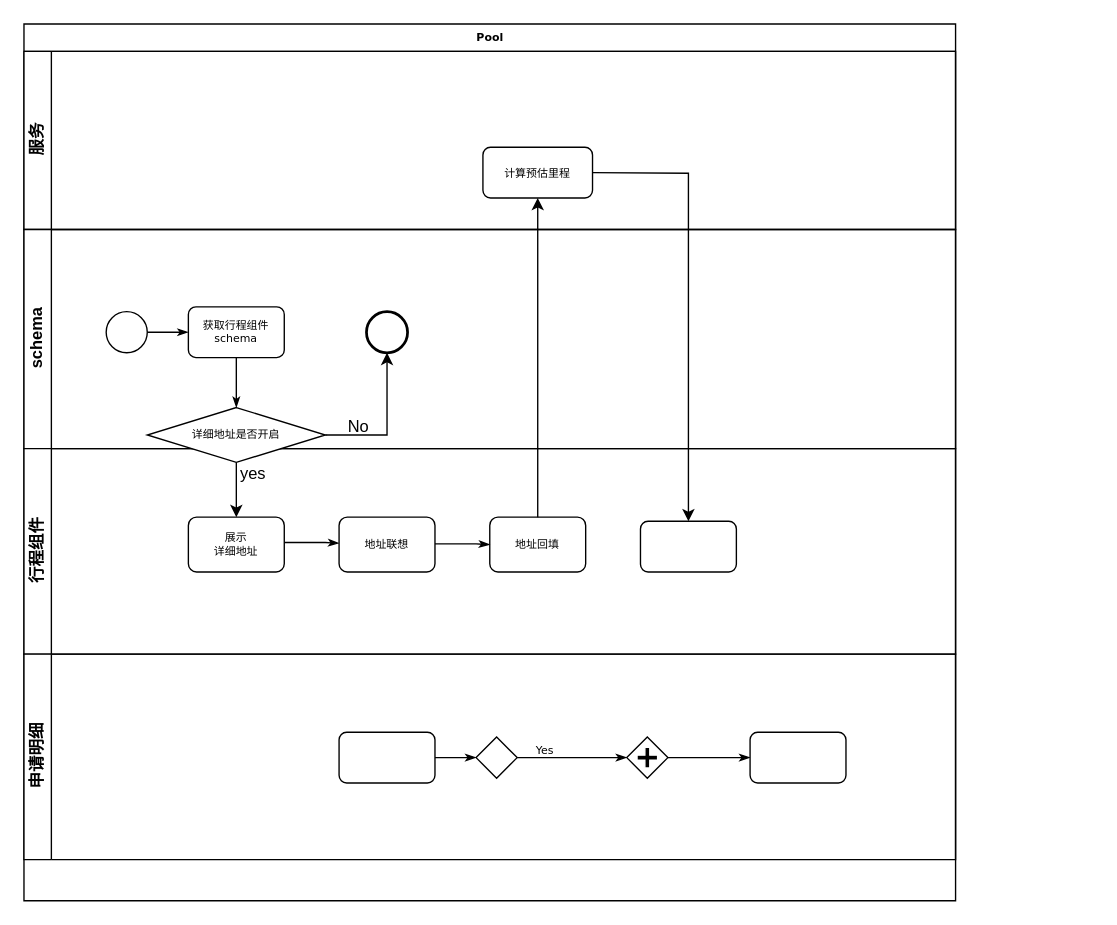
The draw.io diagram page "Page-1" (1 of 2) of c/未命名绘图.drawio in littlelady2015/yctea, before the edit. Source tidied: cells renumbered, new cells numbered last; positions are measured from the earlier drawing's top-left corner, leaving out a move shared by most shapes. Both pictures are drawn from the tidied source at 137%, with x=0, y=0 at pixel (23, 23).
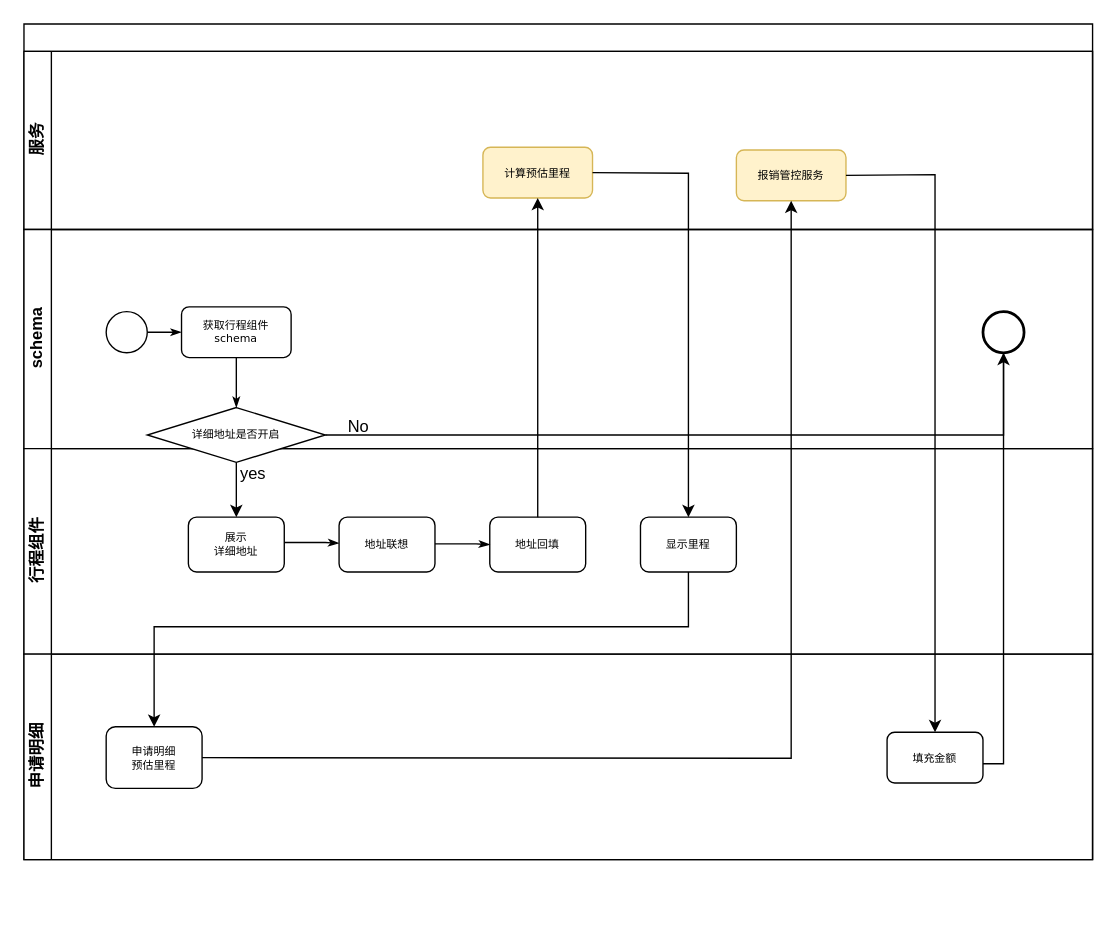
After the change.

Change to the diagram source:
```diff
@@
-    <mxCell id="2" value="Pool" style="swimlane;html=1;horizontal=1;startSize=20;rounded=0;shadow=0;labelBackgroundColor=none;strokeWidth=1;fontFamily=Verdana;fontSize=8;align=center;" parent="1" vertex="1">
-      <mxGeometry width="680" height="640" as="geometry" />
+    <mxCell id="2" style="swimlane;html=1;horizontal=1;startSize=20;rounded=0;shadow=0;labelBackgroundColor=none;strokeWidth=1;fontFamily=Verdana;fontSize=8;align=center;" parent="1" vertex="1">
+      <mxGeometry width="780" height="610" as="geometry" />
     </mxCell>
     <mxCell id="3" value="服务" style="swimlane;html=1;startSize=20;horizontal=0;" parent="2" vertex="1">
-      <mxGeometry y="20" width="680" height="130" as="geometry" />
+      <mxGeometry y="20" width="780" height="130" as="geometry" />
     </mxCell>
-    <mxCell id="4" value="计算预估里程" style="rounded=1;whiteSpace=wrap;html=1;shadow=0;labelBackgroundColor=none;strokeWidth=1;fontFamily=Verdana;fontSize=8;align=center;" parent="3" vertex="1">
+    <mxCell id="4" value="计算预估里程" style="rounded=1;whiteSpace=wrap;html=1;shadow=0;labelBackgroundColor=none;strokeWidth=1;fontFamily=Verdana;fontSize=8;align=center;fillColor=#fff2cc;strokeColor=#d6b656;" parent="3" vertex="1">
       <mxGeometry x="335" y="70" width="80" height="37" as="geometry" />
     </mxCell>
+    <mxCell id="33" value="报销管控服务" style="rounded=1;whiteSpace=wrap;html=1;shadow=0;labelBackgroundColor=none;strokeWidth=1;fontFamily=Verdana;fontSize=8;align=center;fillColor=#fff2cc;strokeColor=#d6b656;" parent="3" vertex="1">
+      <mxGeometry x="520" y="72" width="80" height="37" as="geometry" />
+    </mxCell>
     <mxCell id="5" value="schema" style="swimlane;html=1;startSize=20;horizontal=0;" parent="2" vertex="1">
-      <mxGeometry y="150" width="680" height="160" as="geometry" />
+      <mxGeometry y="150" width="780" height="160" as="geometry" />
     </mxCell>
@@
     <mxCell id="8" value="获取行程组件schema" style="rounded=1;whiteSpace=wrap;html=1;shadow=0;labelBackgroundColor=none;strokeWidth=1;fontFamily=Verdana;fontSize=8;align=center;" parent="5" vertex="1">
-      <mxGeometry x="120" y="56.5" width="70" height="37" as="geometry" />
+      <mxGeometry x="115" y="56.5" width="80" height="37" as="geometry" />
     </mxCell>
     <mxCell id="9" style="ellipse;whiteSpace=wrap;html=1;rounded=0;shadow=0;labelBackgroundColor=none;strokeWidth=2;fontFamily=Verdana;fontSize=8;align=center;" parent="5" vertex="1">
-      <mxGeometry x="250" y="60" width="30" height="30" as="geometry" />
+      <mxGeometry x="700" y="60" width="30" height="30" as="geometry" />
     </mxCell>
     <mxCell id="10" style="endArrow=classic;html=1;rounded=0;exitX=1;exitY=0.5;exitDx=0;exitDy=0;entryX=0.5;entryY=1;entryDx=0;entryDy=0;" parent="5" edge="1" target="9">
       <mxGeometry relative="1" as="geometry">
         <mxPoint x="220" y="150" as="sourcePoint" />
         <Array as="points">
           <mxPoint x="265" y="150" />
+          <mxPoint x="715" y="150" />
         </Array>
       </mxGeometry>
     </mxCell>
@@
     <mxCell id="12" value="行程组件" style="swimlane;html=1;startSize=20;horizontal=0;" parent="2" vertex="1">
-      <mxGeometry y="310" width="680" height="150" as="geometry" />
+      <mxGeometry y="310" width="780" height="150" as="geometry" />
     </mxCell>
@@
-    <mxCell id="21" value="&lt;div style=&quot;text-align: start;&quot;&gt;&lt;span style=&quot;background-color: initial; font-size: 0px;&quot;&gt;&lt;font face=&quot;monospace&quot; color=&quot;rgba(0, 0, 0, 0)&quot;&gt;显示&lt;/font&gt;&lt;/span&gt;&lt;/div&gt;" style="rounded=1;whiteSpace=wrap;html=1;shadow=0;labelBackgroundColor=none;strokeWidth=1;fontFamily=Verdana;fontSize=8;align=center;" parent="12" vertex="1">
-      <mxGeometry x="450" y="53" width="70" height="37" as="geometry" />
-    </mxCell>
+    <mxCell id="34" value="显示里程" style="rounded=1;whiteSpace=wrap;html=1;shadow=0;labelBackgroundColor=none;strokeWidth=1;fontFamily=Verdana;fontSize=8;align=center;" parent="12" vertex="1">
+      <mxGeometry x="450" y="50" width="70" height="40" as="geometry" />
+    </mxCell>
     <mxCell id="22" value="申请明细" style="swimlane;html=1;startSize=20;horizontal=0;" parent="2" vertex="1">
-      <mxGeometry y="460" width="680" height="150" as="geometry" />
+      <mxGeometry y="460" width="780" height="150" as="geometry" />
     </mxCell>
-    <mxCell id="23" style="edgeStyle=orthogonalEdgeStyle;rounded=0;html=1;labelBackgroundColor=none;startArrow=none;startFill=0;startSize=5;endArrow=classicThin;endFill=1;endSize=5;jettySize=auto;strokeWidth=1;fontFamily=Verdana;fontSize=8;" parent="22" edge="1" source="24" target="26">
-      <mxGeometry relative="1" as="geometry" />
-    </mxCell>
-    <mxCell id="24" style="rounded=1;whiteSpace=wrap;html=1;shadow=0;labelBackgroundColor=none;strokeWidth=1;fontFamily=Verdana;fontSize=8;align=center;" parent="22" vertex="1">
-      <mxGeometry x="230" y="57" width="70" height="37" as="geometry" />
-    </mxCell>
-    <mxCell id="25" value="Yes" style="edgeStyle=orthogonalEdgeStyle;rounded=0;html=1;entryX=0;entryY=0.5;labelBackgroundColor=none;startArrow=none;startFill=0;startSize=5;endArrow=classicThin;endFill=1;endSize=5;jettySize=auto;strokeWidth=1;fontFamily=Verdana;fontSize=8;" parent="22" edge="1" source="26" target="28">
-      <mxGeometry x="-0.5" y="6" relative="1" as="geometry" />
-    </mxCell>
-    <mxCell id="26" style="strokeWidth=1;html=1;shape=mxgraph.flowchart.decision;whiteSpace=wrap;rounded=1;shadow=0;labelBackgroundColor=none;fontFamily=Verdana;fontSize=8;align=center;" parent="22" vertex="1">
-      <mxGeometry x="330" y="60.5" width="30" height="30" as="geometry" />
-    </mxCell>
-    <mxCell id="27" style="edgeStyle=orthogonalEdgeStyle;rounded=0;html=1;labelBackgroundColor=none;startArrow=none;startFill=0;startSize=5;endArrow=classicThin;endFill=1;endSize=5;jettySize=auto;strokeColor=#000000;strokeWidth=1;fontFamily=Verdana;fontSize=8;fontColor=#000000;" parent="22" edge="1" source="28" target="29">
-      <mxGeometry relative="1" as="geometry" />
-    </mxCell>
-    <mxCell id="28" style="shape=mxgraph.bpmn.shape;html=1;verticalLabelPosition=bottom;labelBackgroundColor=#ffffff;verticalAlign=top;perimeter=rhombusPerimeter;background=gateway;outline=none;symbol=parallelGw;rounded=1;shadow=0;strokeWidth=1;fontFamily=Verdana;fontSize=8;align=center;" parent="22" vertex="1">
-      <mxGeometry x="440" y="60.5" width="30" height="30" as="geometry" />
-    </mxCell>
-    <mxCell id="29" style="rounded=1;whiteSpace=wrap;html=1;shadow=0;labelBackgroundColor=none;strokeWidth=1;fontFamily=Verdana;fontSize=8;align=center;" parent="22" vertex="1">
-      <mxGeometry x="530" y="57" width="70" height="37" as="geometry" />
+    <mxCell id="29" value="填充金额" style="rounded=1;whiteSpace=wrap;html=1;shadow=0;labelBackgroundColor=none;strokeWidth=1;fontFamily=Verdana;fontSize=8;align=center;" parent="22" vertex="1">
+      <mxGeometry x="630" y="57" width="70" height="37" as="geometry" />
     </mxCell>
+    <mxCell id="35" value="申请明细&lt;br&gt;预估里程" style="rounded=1;whiteSpace=wrap;html=1;shadow=0;labelBackgroundColor=none;strokeWidth=1;fontFamily=Verdana;fontSize=8;align=center;" parent="22" vertex="1">
+      <mxGeometry x="60" y="53" width="70" height="45" as="geometry" />
+    </mxCell>
+    <mxCell id="36" style="endArrow=none;html=1;rounded=0;endFill=0;entryX=0.5;entryY=1;entryDx=0;entryDy=0;" parent="22" edge="1" target="9">
+      <mxGeometry relative="1" as="geometry">
+        <mxPoint x="700" y="80" as="sourcePoint" />
+        <Array as="points">
+          <mxPoint x="715" y="80" />
+        </Array>
+      </mxGeometry>
+    </mxCell>
@@
-    <mxCell id="32" style="endArrow=classic;html=1;rounded=0;exitX=1;exitY=0.5;exitDx=0;exitDy=0;" parent="2" edge="1" source="4" target="21">
+    <mxCell id="32" style="endArrow=classic;html=1;rounded=0;exitX=1;exitY=0.5;exitDx=0;exitDy=0;" parent="2" edge="1" source="4">
       <mxGeometry relative="1" as="geometry">
+        <mxPoint x="485" y="360" as="targetPoint" />
         <Array as="points">
           <mxPoint x="485" y="109" />
         </Array>
       </mxGeometry>
     </mxCell>
+    <mxCell id="37" style="endArrow=classic;html=1;rounded=0;exitX=0.5;exitY=1;exitDx=0;exitDy=0;entryX=0.5;entryY=0;entryDx=0;entryDy=0;" parent="2" edge="1" source="34" target="35">
+      <mxGeometry relative="1" as="geometry">
+        <Array as="points">
+          <mxPoint x="485" y="440" />
+          <mxPoint x="95" y="440" />
+        </Array>
+      </mxGeometry>
+    </mxCell>
+    <mxCell id="38" style="endArrow=classic;html=1;rounded=0;entryX=0.5;entryY=1;entryDx=0;entryDy=0;" parent="2" edge="1" source="35" target="33">
+      <mxGeometry relative="1" as="geometry">
+        <Array as="points">
+          <mxPoint x="560" y="536" />
+        </Array>
+      </mxGeometry>
+    </mxCell>
+    <mxCell id="39" style="endArrow=classic;html=1;rounded=0;exitX=1;exitY=0.5;exitDx=0;exitDy=0;entryX=0.5;entryY=0;entryDx=0;entryDy=0;" parent="2" edge="1" source="33" target="29">
+      <mxGeometry relative="1" as="geometry">
+        <Array as="points">
+          <mxPoint x="665" y="110" />
+        </Array>
+      </mxGeometry>
+    </mxCell>
```
